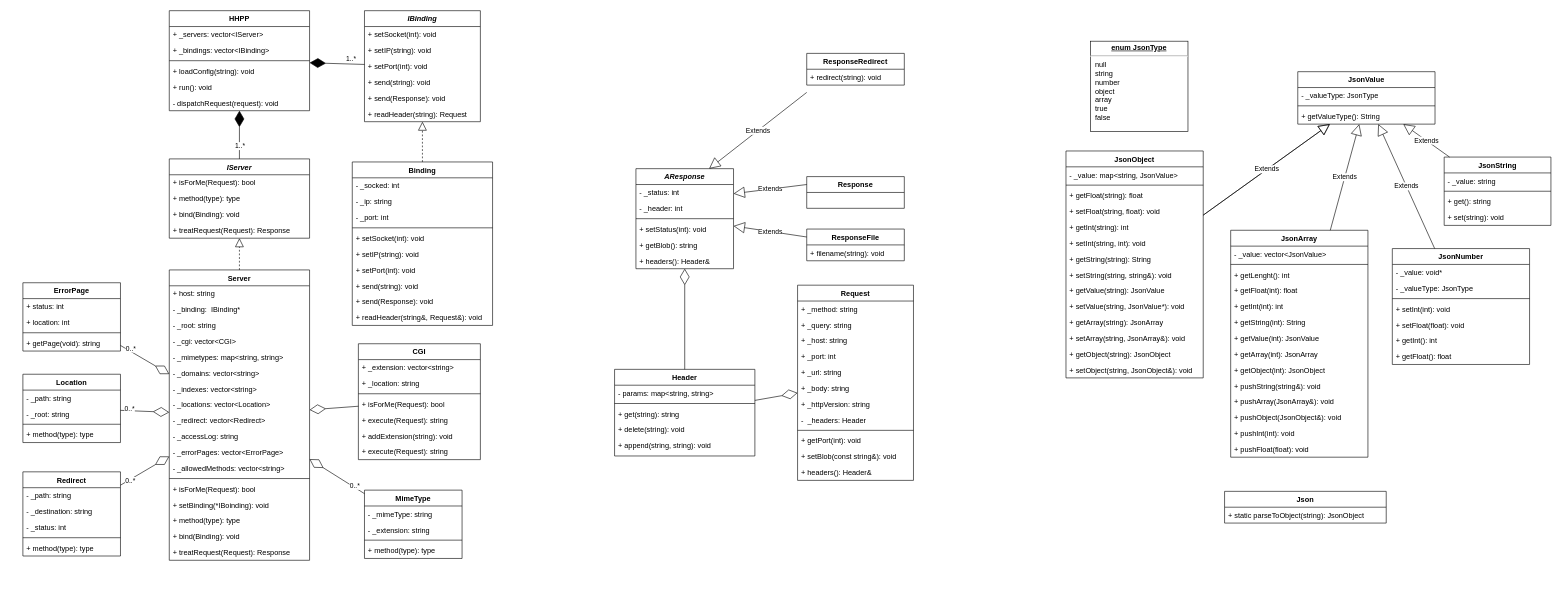
The draw.io diagram doc/architecture.drawio in danielthalmann/42hhpp, before the edit. Source tidied: cells renumbered, new cells numbered last; positions are measured from the earlier drawing's top-left corner, leaving out a move shared by most shapes. Both pictures are drawn from the tidied source at 61%, with x=0, y=0 at pixel (23, 10).
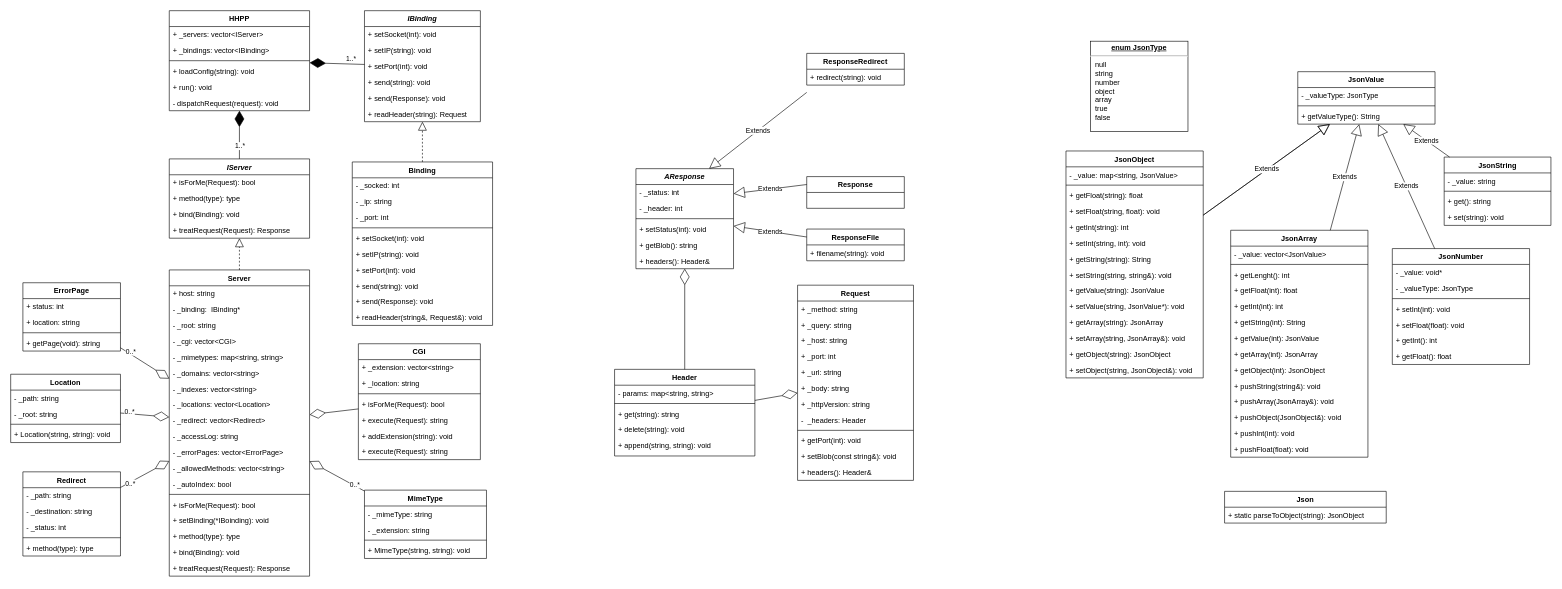
The same page after the edit.

Unchanged cells that the change refers to:
```xml
<mxCell id="105" value="ErrorPage" style="swimlane;fontStyle=1;align=center;verticalAlign=top;horizontal=1;startSize=26;" parent="1" vertex="1">
  <mxGeometry y="446" width="160" height="112" as="geometry" />
</mxCell>
```

Diff of the diagram source:
```diff
@@
     <mxCell id="28" value="Server" style="swimlane;fontStyle=1;align=center;verticalAlign=top;horizontal=1;startSize=26;" parent="1" vertex="1">
-      <mxGeometry x="240" y="425" width="230" height="476" as="geometry" />
+      <mxGeometry x="240" y="425" width="230" height="502" as="geometry" />
     </mxCell>
@@
+    <mxCell id="182" value="- _allowedMethods: vector&lt;string&gt;" style="text;strokeColor=none;fillColor=none;align=left;verticalAlign=top;spacingLeft=4;spacingRight=4;overflow=hidden;" parent="28" vertex="1">
+      <mxGeometry y="312" width="230" height="26" as="geometry" />
+    </mxCell>
-    <mxCell id="40" value="- _allowedMethods: vector&lt;string&gt;" style="text;strokeColor=none;fillColor=none;align=left;verticalAlign=top;spacingLeft=4;spacingRight=4;overflow=hidden;" parent="28" vertex="1">
-      <mxGeometry y="312" width="230" height="26" as="geometry" />
+    <mxCell id="40" value="- _autoIndex: bool" style="text;strokeColor=none;fillColor=none;align=left;verticalAlign=top;spacingLeft=4;spacingRight=4;overflow=hidden;" parent="28" vertex="1">
+      <mxGeometry y="338" width="230" height="26" as="geometry" />
     </mxCell>
     <mxCell id="41" style="line;strokeWidth=1;fillColor=none;align=left;verticalAlign=middle;spacingTop=-1;spacingLeft=3;spacingRight=3;labelPosition=right;" parent="28" vertex="1">
-      <mxGeometry y="338" width="230" height="8" as="geometry" />
+      <mxGeometry y="364" width="230" height="8" as="geometry" />
     </mxCell>
     <mxCell id="42" value="+ isForMe(Request): bool" style="text;strokeColor=none;fillColor=none;align=left;verticalAlign=top;spacingLeft=4;spacingRight=4;overflow=hidden;" parent="28" vertex="1">
-      <mxGeometry y="346" width="230" height="26" as="geometry" />
+      <mxGeometry y="372" width="230" height="26" as="geometry" />
     </mxCell>
     <mxCell id="43" value="+ setBinding(*IBoinding): void" style="text;strokeColor=none;fillColor=none;align=left;verticalAlign=top;spacingLeft=4;spacingRight=4;overflow=hidden;" parent="28" vertex="1">
-      <mxGeometry y="372" width="230" height="26" as="geometry" />
+      <mxGeometry y="398" width="230" height="26" as="geometry" />
     </mxCell>
     <mxCell id="44" value="+ method(type): type" style="text;strokeColor=none;fillColor=none;align=left;verticalAlign=top;spacingLeft=4;spacingRight=4;overflow=hidden;" parent="28" vertex="1">
-      <mxGeometry y="398" width="230" height="26" as="geometry" />
+      <mxGeometry y="424" width="230" height="26" as="geometry" />
     </mxCell>
     <mxCell id="45" value="+ bind(Binding): void" style="text;strokeColor=none;fillColor=none;align=left;verticalAlign=top;spacingLeft=4;spacingRight=4;overflow=hidden;" parent="28" vertex="1">
-      <mxGeometry y="424" width="230" height="26" as="geometry" />
+      <mxGeometry y="450" width="230" height="26" as="geometry" />
     </mxCell>
     <mxCell id="46" value="+ treatRequest(Request): Response" style="text;strokeColor=none;fillColor=none;align=left;verticalAlign=top;spacingLeft=4;spacingRight=4;overflow=hidden;" parent="28" vertex="1">
-      <mxGeometry y="450" width="230" height="26" as="geometry" />
+      <mxGeometry y="476" width="230" height="26" as="geometry" />
     </mxCell>
@@
     <mxCell id="91" value="Location" style="swimlane;fontStyle=1;align=center;verticalAlign=top;horizontal=1;startSize=26;" parent="1" vertex="1">
-      <mxGeometry y="596" width="160" height="112" as="geometry" />
+      <mxGeometry x="-20" y="596" width="180" height="112" as="geometry" />
     </mxCell>
     <mxCell id="92" value="- _path: string" style="text;strokeColor=none;fillColor=none;align=left;verticalAlign=top;spacingLeft=4;spacingRight=4;overflow=hidden;" parent="91" vertex="1">
-      <mxGeometry y="26" width="160" height="26" as="geometry" />
+      <mxGeometry y="26" width="180" height="26" as="geometry" />
     </mxCell>
     <mxCell id="93" value="- _root: string" style="text;strokeColor=none;fillColor=none;align=left;verticalAlign=top;spacingLeft=4;spacingRight=4;overflow=hidden;" parent="91" vertex="1">
-      <mxGeometry y="52" width="160" height="26" as="geometry" />
+      <mxGeometry y="52" width="180" height="26" as="geometry" />
     </mxCell>
     <mxCell id="94" style="line;strokeWidth=1;fillColor=none;align=left;verticalAlign=middle;spacingTop=-1;spacingLeft=3;spacingRight=3;labelPosition=right;" parent="91" vertex="1">
-      <mxGeometry y="78" width="160" height="8" as="geometry" />
+      <mxGeometry y="78" width="180" height="8" as="geometry" />
     </mxCell>
-    <mxCell id="95" value="+ method(type): type" style="text;strokeColor=none;fillColor=none;align=left;verticalAlign=top;spacingLeft=4;spacingRight=4;overflow=hidden;" parent="91" vertex="1">
-      <mxGeometry y="86" width="160" height="26" as="geometry" />
+    <mxCell id="95" value="+ Location(string, string): void" style="text;strokeColor=none;fillColor=none;align=left;verticalAlign=top;spacingLeft=4;spacingRight=4;overflow=hidden;" parent="91" vertex="1">
+      <mxGeometry y="86" width="180" height="26" as="geometry" />
     </mxCell>
@@
-    <mxCell id="107" value="+ location: int" style="text;strokeColor=none;fillColor=none;align=left;verticalAlign=top;spacingLeft=4;spacingRight=4;overflow=hidden;" parent="105" vertex="1">
+    <mxCell id="107" value="+ location: string" style="text;strokeColor=none;fillColor=none;align=left;verticalAlign=top;spacingLeft=4;spacingRight=4;overflow=hidden;" parent="105" vertex="1">
       <mxGeometry y="52" width="160" height="26" as="geometry" />
     </mxCell>
@@
     <mxCell id="112" value="MimeType" style="swimlane;fontStyle=1;align=center;verticalAlign=top;horizontal=1;startSize=26;" parent="1" vertex="1">
-      <mxGeometry x="560" y="786" width="160" height="112" as="geometry" />
+      <mxGeometry x="560" y="786" width="200" height="112" as="geometry" />
     </mxCell>
     <mxCell id="113" value="- _mimeType: string" style="text;strokeColor=none;fillColor=none;align=left;verticalAlign=top;spacingLeft=4;spacingRight=4;overflow=hidden;" parent="112" vertex="1">
-      <mxGeometry y="26" width="160" height="26" as="geometry" />
+      <mxGeometry y="26" width="200" height="26" as="geometry" />
     </mxCell>
     <mxCell id="114" value="- _extension: string" style="text;strokeColor=none;fillColor=none;align=left;verticalAlign=top;spacingLeft=4;spacingRight=4;overflow=hidden;" parent="112" vertex="1">
-      <mxGeometry y="52" width="160" height="26" as="geometry" />
+      <mxGeometry y="52" width="200" height="26" as="geometry" />
     </mxCell>
     <mxCell id="115" style="line;strokeWidth=1;fillColor=none;align=left;verticalAlign=middle;spacingTop=-1;spacingLeft=3;spacingRight=3;labelPosition=right;" parent="112" vertex="1">
-      <mxGeometry y="78" width="160" height="8" as="geometry" />
+      <mxGeometry y="78" width="200" height="8" as="geometry" />
     </mxCell>
-    <mxCell id="116" value="+ method(type): type" style="text;strokeColor=none;fillColor=none;align=left;verticalAlign=top;spacingLeft=4;spacingRight=4;overflow=hidden;" parent="112" vertex="1">
-      <mxGeometry y="86" width="160" height="26" as="geometry" />
+    <mxCell id="116" value="+ MimeType(string, string): void" style="text;strokeColor=none;fillColor=none;align=left;verticalAlign=top;spacingLeft=4;spacingRight=4;overflow=hidden;" parent="112" vertex="1">
+      <mxGeometry y="86" width="200" height="26" as="geometry" />
     </mxCell>
```
